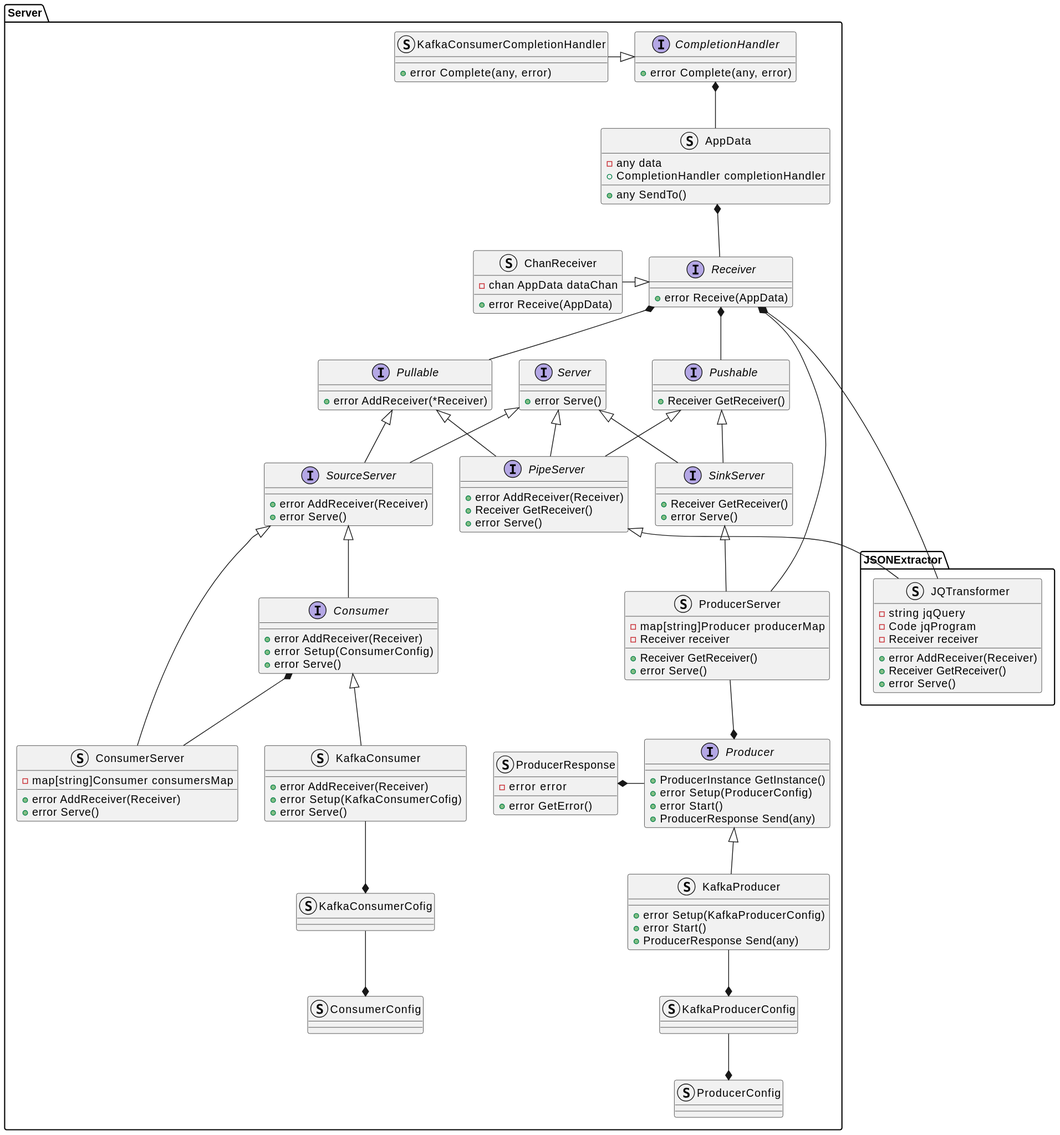
This is docs/design_notes/DN1_JSON_Extractor/class_diagram.svg from xtuml/otel2pv, a PlantUML export, as it was before one commit.
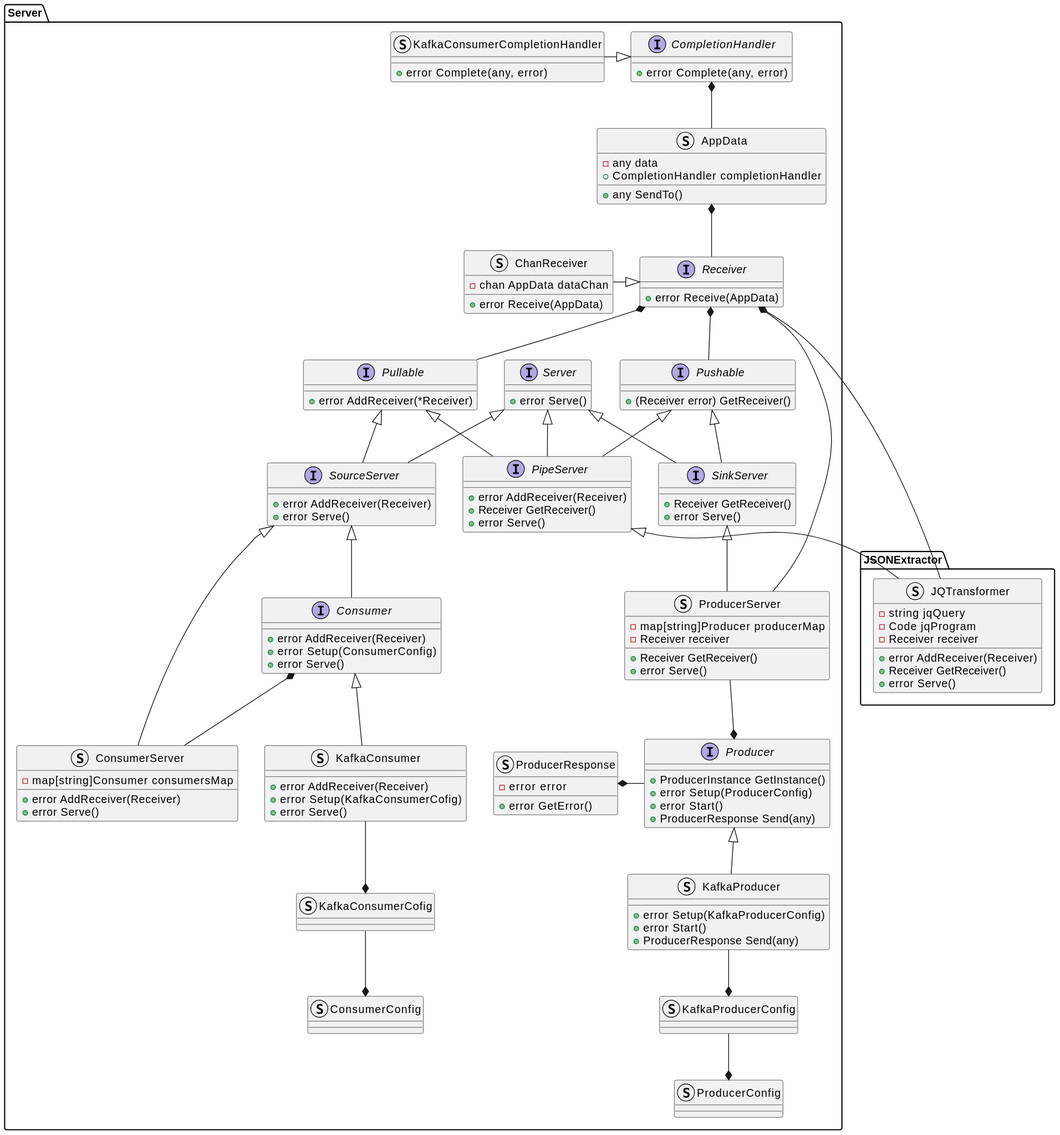
Later version of the same file.

What changed in the source:
```diff
@@ -35,7 +35,7 @@
         +error AddReceiver(*Receiver)
     }
     interface Pushable {
-        +Receiver GetReceiver()
+        +(Receiver error) GetReceiver()
     }
     interface SourceServer {
         +error AddReceiver(Receiver)
```
